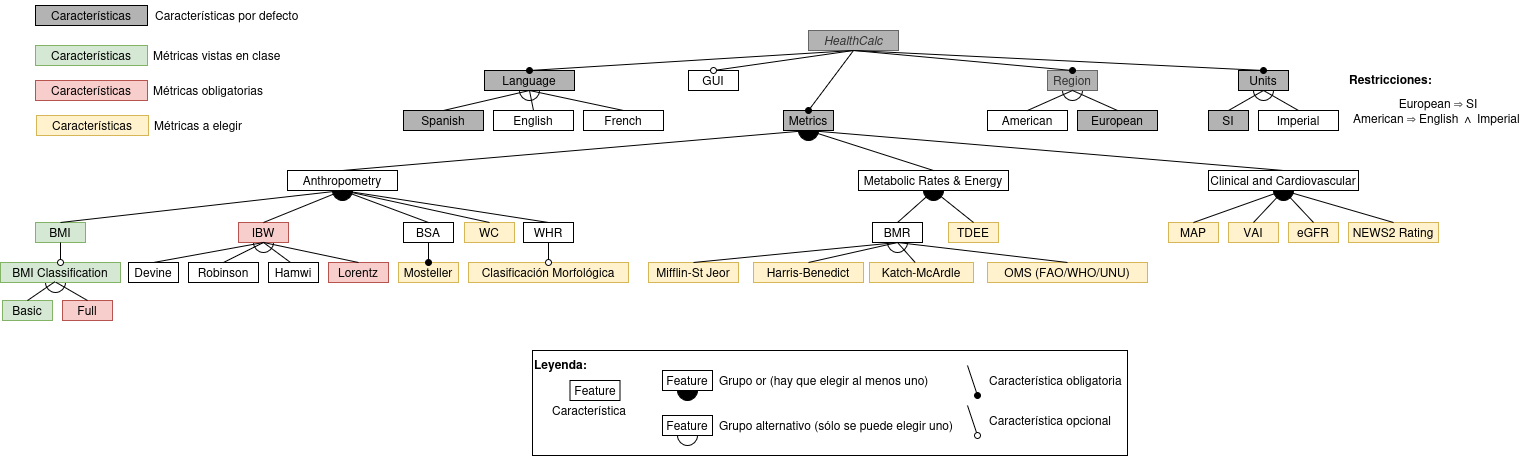
The draw.io diagram resources/images/healthcalc_fm.png in Ctrl-Alt-Delivers/healthcalc, before a commit. Source tidied: cells renumbered, new cells last; positions are measured from the earlier drawing's top-left corner, leaving out a move shared by most shapes.
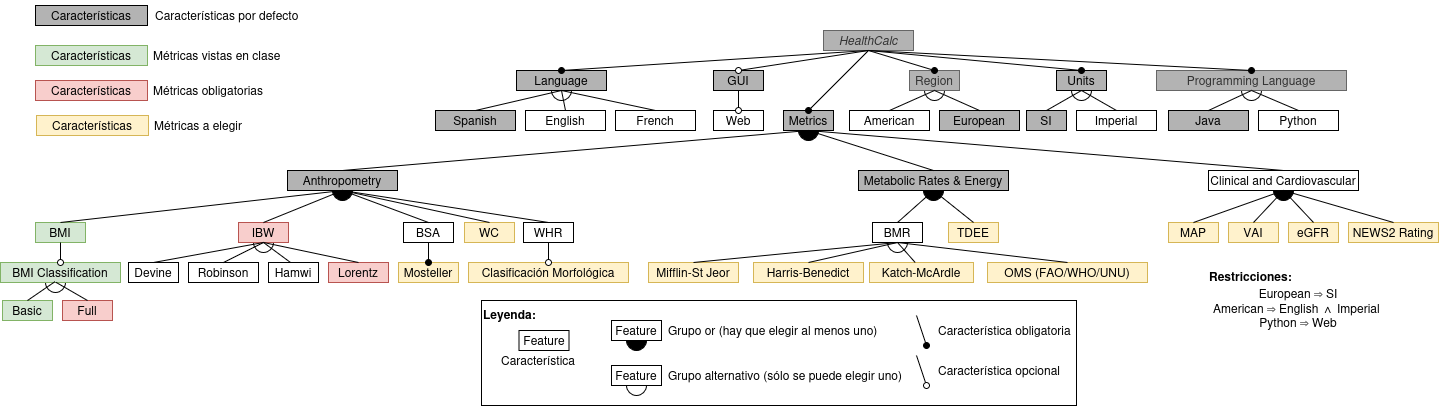
After the change.

What changed in the source:
```diff
@@ -3,7 +3,7 @@
     <mxCell id="0" />
     <mxCell id="1" parent="0" />
     <mxCell id="2" value="&lt;div&gt;HealthCalc&lt;/div&gt;" style="rounded=0;whiteSpace=wrap;html=1;fontStyle=2;fillColor=#B3B3B3;fontColor=#333333;strokeColor=#666666;" parent="1" vertex="1">
-      <mxGeometry x="808" y="30" width="90" height="20" as="geometry" />
+      <mxGeometry x="823" y="30" width="90" height="20" as="geometry" />
     </mxCell>
     <mxCell id="3" style="group;" parent="1" vertex="1">
       <mxGeometry x="783" y="110" width="50" height="30" as="geometry" />
@@ -20,7 +20,7 @@
     <mxCell id="7" style="ellipse;whiteSpace=wrap;html=1;fillColor=#000000;" parent="6" vertex="1">
       <mxGeometry x="45" y="10" width="20" height="20" as="geometry" />
     </mxCell>
-    <mxCell id="8" value="Anthropometry" style="rounded=0;whiteSpace=wrap;html=1;fontStyle=0;" parent="6" vertex="1">
+    <mxCell id="8" value="Anthropometry" style="rounded=0;whiteSpace=wrap;html=1;fontStyle=0;fillColor=#B3B3B3;" parent="6" vertex="1">
       <mxGeometry width="110" height="20" as="geometry" />
     </mxCell>
     <mxCell id="9" style="group;" parent="1" vertex="1">
@@ -29,7 +29,7 @@
     <mxCell id="10" style="ellipse;whiteSpace=wrap;html=1;fillColor=#000000;" parent="9" vertex="1">
       <mxGeometry x="65" y="10" width="20" height="20" as="geometry" />
     </mxCell>
-    <mxCell id="11" value="Metabolic Rates &amp;amp; Energy" style="rounded=0;whiteSpace=wrap;html=1;fontStyle=0;" parent="9" vertex="1">
+    <mxCell id="11" value="Metabolic Rates &amp;amp; Energy" style="rounded=0;whiteSpace=wrap;html=1;fontStyle=0;fillColor=#B3B3B3;" parent="9" vertex="1">
       <mxGeometry width="150" height="20" as="geometry" />
     </mxCell>
     <mxCell id="12" style="group;" parent="1" vertex="1">
@@ -215,11 +215,11 @@
     <mxCell id="72" style="endArrow=oval;html=1;rounded=0;endFill=1;exitX=0.5;exitY=1;exitDx=0;exitDy=0;entryX=0.5;entryY=0;entryDx=0;entryDy=0;" parent="1" edge="1" source="2" target="5">
       <mxGeometry relative="1" as="geometry" />
     </mxCell>
-    <mxCell id="73" value="GUI" style="rounded=0;whiteSpace=wrap;html=1;" parent="1" vertex="1">
-      <mxGeometry x="688" y="70" width="50" height="20" as="geometry" />
+    <mxCell id="73" value="GUI" style="rounded=0;whiteSpace=wrap;html=1;fillColor=#B3B3B3;" parent="1" vertex="1">
+      <mxGeometry x="713" y="70" width="50" height="20" as="geometry" />
     </mxCell>
     <mxCell id="74" style="group;" parent="1" vertex="1">
-      <mxGeometry x="1047" y="70" width="50" height="30" as="geometry" />
+      <mxGeometry x="909" y="70" width="50" height="30" as="geometry" />
     </mxCell>
     <mxCell id="75" style="ellipse;whiteSpace=wrap;html=1;" parent="74" vertex="1">
       <mxGeometry x="15" y="10" width="20" height="20" as="geometry" />
@@ -228,10 +228,10 @@
       <mxGeometry width="50" height="20" as="geometry" />
     </mxCell>
     <mxCell id="77" value="American" style="rounded=0;whiteSpace=wrap;html=1;" parent="1" vertex="1">
-      <mxGeometry x="987" y="110" width="80" height="20" as="geometry" />
+      <mxGeometry x="849" y="110" width="80" height="20" as="geometry" />
     </mxCell>
     <mxCell id="78" value="European" style="rounded=0;whiteSpace=wrap;html=1;fillColor=#B3B3B3;" parent="1" vertex="1">
-      <mxGeometry x="1077" y="110" width="80" height="20" as="geometry" />
+      <mxGeometry x="939" y="110" width="80" height="20" as="geometry" />
     </mxCell>
     <mxCell id="79" style="endArrow=none;html=1;rounded=0;endFill=0;entryX=0.5;entryY=1;entryDx=0;entryDy=0;exitX=0.5;exitY=0;exitDx=0;exitDy=0;" parent="1" edge="1" source="77" target="76">
       <mxGeometry relative="1" as="geometry" />
@@ -240,7 +240,7 @@
       <mxGeometry relative="1" as="geometry" />
     </mxCell>
     <mxCell id="81" style="group;" parent="1" vertex="1">
-      <mxGeometry x="504" y="70" width="70" height="30" as="geometry" />
+      <mxGeometry x="536" y="70" width="70" height="30" as="geometry" />
     </mxCell>
     <mxCell id="82" style="ellipse;whiteSpace=wrap;html=1;" parent="81" vertex="1">
       <mxGeometry x="15" y="10" width="20" height="20" as="geometry" />
@@ -249,10 +249,10 @@
       <mxGeometry x="-20" width="90" height="20" as="geometry" />
     </mxCell>
     <mxCell id="84" value="Spanish" style="rounded=0;whiteSpace=wrap;html=1;fillColor=#B3B3B3;" parent="1" vertex="1">
-      <mxGeometry x="403" y="110" width="80" height="20" as="geometry" />
+      <mxGeometry x="435" y="110" width="80" height="20" as="geometry" />
     </mxCell>
     <mxCell id="85" value="English" style="rounded=0;whiteSpace=wrap;html=1;" parent="1" vertex="1">
-      <mxGeometry x="493" y="110" width="80" height="20" as="geometry" />
+      <mxGeometry x="525" y="110" width="80" height="20" as="geometry" />
     </mxCell>
     <mxCell id="86" style="endArrow=none;html=1;rounded=0;endFill=0;entryX=0.5;entryY=1;entryDx=0;entryDy=0;exitX=0.5;exitY=0;exitDx=0;exitDy=0;" parent="1" edge="1" source="84" target="83">
       <mxGeometry relative="1" as="geometry" />
@@ -261,13 +261,13 @@
       <mxGeometry relative="1" as="geometry" />
     </mxCell>
     <mxCell id="88" value="French" style="rounded=0;whiteSpace=wrap;html=1;" parent="1" vertex="1">
-      <mxGeometry x="583" y="110" width="80" height="20" as="geometry" />
+      <mxGeometry x="615" y="110" width="80" height="20" as="geometry" />
     </mxCell>
     <mxCell id="89" style="endArrow=none;html=1;rounded=0;endFill=0;entryX=0.5;entryY=1;entryDx=0;entryDy=0;exitX=0.5;exitY=0;exitDx=0;exitDy=0;" parent="1" edge="1" source="88" target="83">
       <mxGeometry relative="1" as="geometry" />
     </mxCell>
     <mxCell id="90" style="group;" parent="1" vertex="1">
-      <mxGeometry x="1238" y="70" width="50" height="30" as="geometry" />
+      <mxGeometry x="1056" y="70" width="50" height="30" as="geometry" />
     </mxCell>
     <mxCell id="91" style="ellipse;whiteSpace=wrap;html=1;" parent="90" vertex="1">
       <mxGeometry x="15" y="10" width="20" height="20" as="geometry" />
@@ -276,10 +276,10 @@
       <mxGeometry width="50" height="20" as="geometry" />
     </mxCell>
     <mxCell id="93" value="SI" style="rounded=0;whiteSpace=wrap;html=1;fillColor=#B3B3B3;" parent="1" vertex="1">
-      <mxGeometry x="1208" y="110" width="40" height="20" as="geometry" />
+      <mxGeometry x="1026" y="110" width="40" height="20" as="geometry" />
     </mxCell>
     <mxCell id="94" value="Imperial" style="rounded=0;whiteSpace=wrap;html=1;" parent="1" vertex="1">
-      <mxGeometry x="1258" y="110" width="80" height="20" as="geometry" />
+      <mxGeometry x="1076" y="110" width="80" height="20" as="geometry" />
     </mxCell>
     <mxCell id="95" style="endArrow=none;html=1;rounded=0;endFill=0;entryX=0.5;entryY=1;entryDx=0;entryDy=0;exitX=0.5;exitY=0;exitDx=0;exitDy=0;" parent="1" edge="1" source="93" target="92">
       <mxGeometry relative="1" as="geometry" />
@@ -324,7 +324,7 @@
       <mxGeometry x="152" y="110" width="195" height="30" as="geometry" />
     </mxCell>
     <mxCell id="109" style="group;" parent="1" vertex="1">
-      <mxGeometry x="532" y="350" width="625" height="105" as="geometry" />
+      <mxGeometry x="481" y="300" width="625" height="105" as="geometry" />
     </mxCell>
     <mxCell id="110" value="Feature" style="rounded=0;whiteSpace=wrap;html=1;" parent="109" vertex="1">
       <mxGeometry x="37.5" y="30" width="50" height="20" as="geometry" />
@@ -378,13 +378,43 @@
       <mxGeometry width="595" height="105" as="geometry" />
     </mxCell>
     <mxCell id="125" style="group;" parent="1" vertex="1">
-      <mxGeometry x="1338" y="65" width="200" height="110" as="geometry" />
+      <mxGeometry x="1198" y="262" width="200" height="110" as="geometry" />
     </mxCell>
     <mxCell id="126" value="Restricciones:" style="rounded=0;whiteSpace=wrap;html=1;fillColor=none;align=left;verticalAlign=top;fontStyle=1;strokeColor=none;" parent="125" vertex="1">
       <mxGeometry x="9" width="190" height="80" as="geometry" />
     </mxCell>
-    <mxCell id="127" value="&lt;div&gt;&lt;span class=&quot;mwe-math-element mwe-math-element-inline&quot;&gt;European&amp;nbsp;&lt;/span&gt;&lt;span class=&quot;JCzEY tNxQIb&quot; style=&quot;transform: translate3d(0px, 0px, 0px);&quot;&gt;&lt;span class=&quot;CSkcDe&quot;&gt;⇒&lt;/span&gt;&lt;/span&gt;&amp;nbsp;SI&lt;/div&gt;&lt;div&gt;American&amp;nbsp;&lt;span class=&quot;JCzEY tNxQIb&quot; style=&quot;transform: translate3d(0px, 0px, 0px);&quot;&gt;&lt;span class=&quot;CSkcDe&quot;&gt;⇒&lt;/span&gt;&lt;/span&gt;&amp;nbsp;English&amp;nbsp;∧ Imperial&amp;nbsp;&lt;/div&gt;&lt;br&gt;&lt;div&gt;&lt;br&gt;&lt;/div&gt;" style="text;html=1;whiteSpace=wrap;strokeColor=none;fillColor=none;align=center;verticalAlign=middle;rounded=0;" parent="125" vertex="1">
+    <mxCell id="127" value="&lt;div&gt;&lt;span class=&quot;mwe-math-element mwe-math-element-inline&quot;&gt;European&amp;nbsp;&lt;/span&gt;&lt;span class=&quot;JCzEY tNxQIb&quot; style=&quot;transform: translate3d(0px, 0px, 0px);&quot;&gt;&lt;span class=&quot;CSkcDe&quot;&gt;⇒&lt;/span&gt;&lt;/span&gt;&amp;nbsp;SI&lt;/div&gt;&lt;div&gt;American&amp;nbsp;&lt;span class=&quot;JCzEY tNxQIb&quot; style=&quot;transform: translate3d(0px, 0px, 0px);&quot;&gt;&lt;span class=&quot;CSkcDe&quot;&gt;⇒&lt;/span&gt;&lt;/span&gt;&amp;nbsp;English&amp;nbsp;∧ Imperial&amp;nbsp;&lt;/div&gt;&lt;div&gt;&lt;span class=&quot;mwe-math-element mwe-math-element-inline&quot;&gt;Python&amp;nbsp;&lt;/span&gt;&lt;span class=&quot;JCzEY tNxQIb&quot; style=&quot;transform: translate3d(0px, 0px, 0px);&quot;&gt;&lt;span class=&quot;CSkcDe&quot;&gt;⇒&lt;/span&gt;&lt;/span&gt;&amp;nbsp;Web&lt;/div&gt;&lt;br&gt;&lt;div&gt;&lt;br&gt;&lt;/div&gt;" style="text;html=1;whiteSpace=wrap;strokeColor=none;fillColor=none;align=center;verticalAlign=middle;rounded=0;" parent="125" vertex="1">
       <mxGeometry y="10" width="200" height="100" as="geometry" />
     </mxCell>
+    <mxCell id="128" style="group;" parent="1" vertex="1">
+      <mxGeometry x="1226" y="70" width="120" height="30" as="geometry" />
+    </mxCell>
+    <mxCell id="129" style="ellipse;whiteSpace=wrap;html=1;" parent="128" vertex="1">
+      <mxGeometry x="15" y="10" width="20" height="20" as="geometry" />
+    </mxCell>
+    <mxCell id="130" value="Programming Language" style="rounded=0;whiteSpace=wrap;html=1;fontStyle=0;fillColor=#B3B3B3;fontColor=#333333;strokeColor=#666666;" parent="128" vertex="1">
+      <mxGeometry x="-70" width="190" height="20" as="geometry" />
+    </mxCell>
+    <mxCell id="131" value="Python" style="rounded=0;whiteSpace=wrap;html=1;" parent="1" vertex="1">
+      <mxGeometry x="1258" y="110" width="80" height="20" as="geometry" />
+    </mxCell>
+    <mxCell id="132" value="Java" style="rounded=0;whiteSpace=wrap;html=1;fillColor=#B3B3B3;" parent="1" vertex="1">
+      <mxGeometry x="1168" y="110" width="80" height="20" as="geometry" />
+    </mxCell>
+    <mxCell id="133" style="endArrow=none;html=1;rounded=0;endFill=0;entryX=0.5;entryY=1;entryDx=0;entryDy=0;exitX=0.5;exitY=0;exitDx=0;exitDy=0;" parent="1" edge="1" source="131" target="130">
+      <mxGeometry relative="1" as="geometry" />
+    </mxCell>
+    <mxCell id="134" style="endArrow=none;html=1;rounded=0;endFill=0;entryX=0.5;entryY=1;entryDx=0;entryDy=0;exitX=0.5;exitY=0;exitDx=0;exitDy=0;" parent="1" edge="1" source="132" target="130">
+      <mxGeometry relative="1" as="geometry" />
+    </mxCell>
+    <mxCell id="135" style="endArrow=oval;html=1;rounded=0;endFill=1;exitX=0.5;exitY=1;exitDx=0;exitDy=0;entryX=0.5;entryY=0;entryDx=0;entryDy=0;" parent="1" edge="1" source="2" target="130">
+      <mxGeometry relative="1" as="geometry" />
+    </mxCell>
+    <mxCell id="136" value="Web" style="rounded=0;whiteSpace=wrap;html=1;" parent="1" vertex="1">
+      <mxGeometry x="713" y="110" width="50" height="20" as="geometry" />
+    </mxCell>
+    <mxCell id="137" style="endArrow=oval;html=1;rounded=0;endFill=1;endFillColor=#FFFFFF;exitX=0.5;exitY=1;exitDx=0;exitDy=0;entryX=0.5;entryY=0;entryDx=0;entryDy=0;" parent="1" edge="1" source="73" target="136">
+      <mxGeometry relative="1" as="geometry" />
+    </mxCell>
   </root>
 </mxGraphModel>
```
